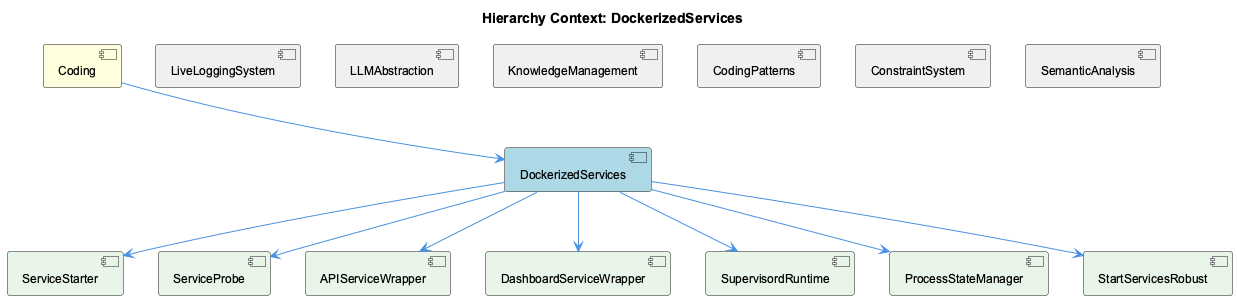
This is knowledge-management/insights/images/dockerized-services-relationship.png from fwornle/coding, a PlantUML export, as it was before one commit. Source of this version:
```plantuml
@startuml
!include _standard-style.puml

title Hierarchy Context: DockerizedServices

[Coding] as coding #FFFFDD
[DockerizedServices] as dockerized_services #LightBlue
[LiveLoggingSystem] as live_logging_system #F0F0F0
[LLMAbstraction] as llmabstraction #F0F0F0
[KnowledgeManagement] as knowledge_management #F0F0F0
[CodingPatterns] as coding_patterns #F0F0F0
[ConstraintSystem] as constraint_system #F0F0F0
[SemanticAnalysis] as semantic_analysis #F0F0F0
[ServiceStarter] as service_starter #E8F5E8
[ServiceProbe] as service_probe #E8F5E8
[APIServiceWrapper] as apiservice_wrapper #E8F5E8
[DashboardServiceWrapper] as dashboard_service_wrapper #E8F5E8
[SupervisordRuntime] as supervisord_runtime #E8F5E8
[ProcessStateManager] as process_state_manager #E8F5E8
[StartServicesRobust] as start_services_robust #E8F5E8

coding --> dockerized_services
live_logging_system -[hidden]- dockerized_services
llmabstraction -[hidden]- dockerized_services
knowledge_management -[hidden]- dockerized_services
coding_patterns -[hidden]- dockerized_services
constraint_system -[hidden]- dockerized_services
semantic_analysis -[hidden]- dockerized_services
dockerized_services --> service_starter
dockerized_services --> service_probe
dockerized_services --> apiservice_wrapper
dockerized_services --> dashboard_service_wrapper
dockerized_services --> supervisord_runtime
dockerized_services --> process_state_manager
dockerized_services --> start_services_robust

@enduml
```
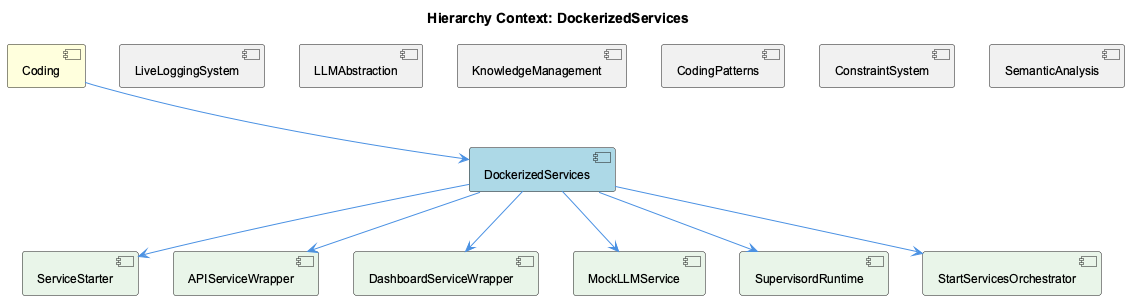
Above is the later version.

What changed in the source:
```diff
@@ -12,12 +12,11 @@
 [ConstraintSystem] as constraint_system #F0F0F0
 [SemanticAnalysis] as semantic_analysis #F0F0F0
 [ServiceStarter] as service_starter #E8F5E8
-[ServiceProbe] as service_probe #E8F5E8
 [APIServiceWrapper] as apiservice_wrapper #E8F5E8
 [DashboardServiceWrapper] as dashboard_service_wrapper #E8F5E8
+[MockLLMService] as mock_llmservice #E8F5E8
 [SupervisordRuntime] as supervisord_runtime #E8F5E8
-[ProcessStateManager] as process_state_manager #E8F5E8
-[StartServicesRobust] as start_services_robust #E8F5E8
+[StartServicesOrchestrator] as start_services_orchestrator #E8F5E8
 
 coding --> dockerized_services
 live_logging_system -[hidden]- dockerized_services
@@ -27,11 +26,10 @@
 constraint_system -[hidden]- dockerized_services
 semantic_analysis -[hidden]- dockerized_services
 dockerized_services --> service_starter
-dockerized_services --> service_probe
 dockerized_services --> apiservice_wrapper
 dockerized_services --> dashboard_service_wrapper
+dockerized_services --> mock_llmservice
 dockerized_services --> supervisord_runtime
-dockerized_services --> process_state_manager
-dockerized_services --> start_services_robust
+dockerized_services --> start_services_orchestrator
 
 @enduml
```
